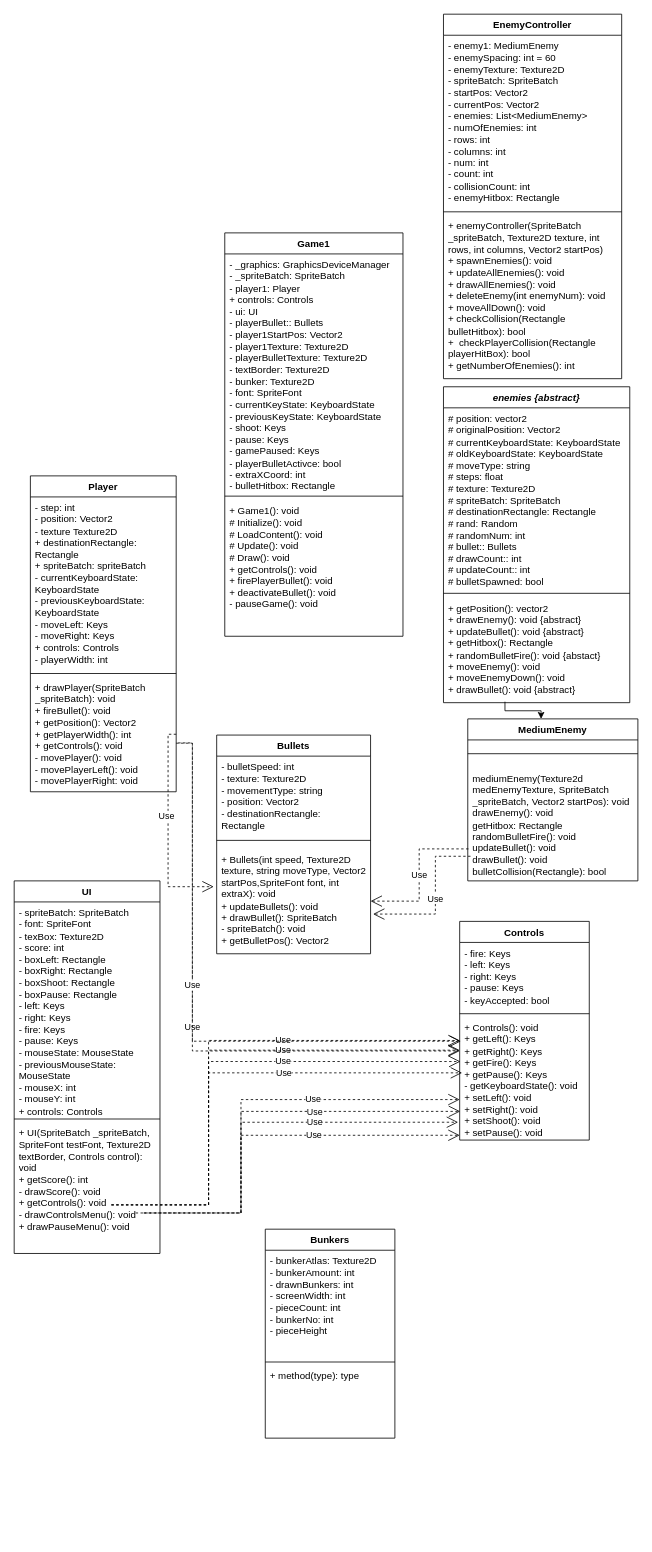
Ferogreywolf7/Alien-Attack keeps this draw.io diagram as draw.io diagrams/classDiagrams.drawio. Above is the earlier version. Source tidied: cells renumbered, new cells numbered last; positions are measured from the earlier drawing's top-left corner, leaving out a move shared by most shapes. Both pictures are drawn from the tidied source at 81%, with x=0, y=0 at pixel (14, 14).
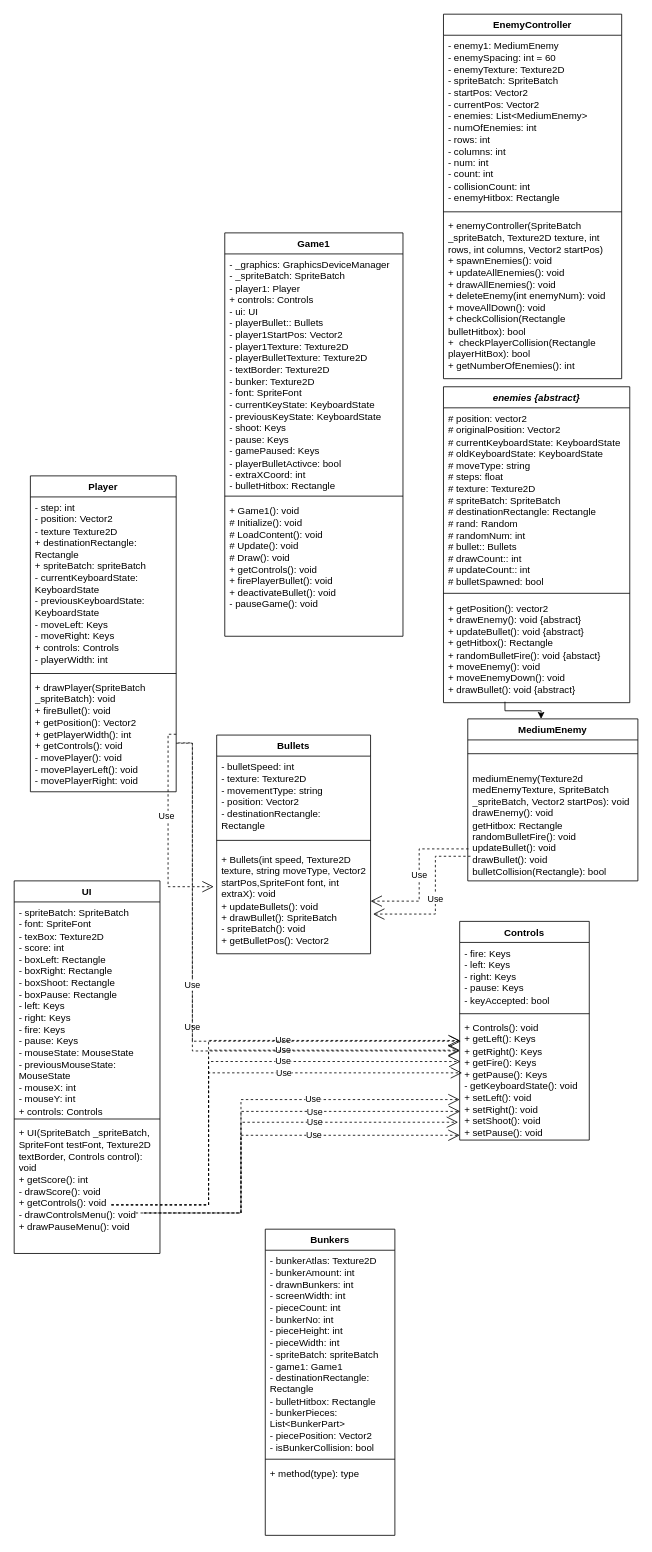
After the change.

Change to the diagram source:
```diff
@@
     <mxCell id="47" value="&lt;div&gt;Bunkers&lt;/div&gt;" style="swimlane;fontStyle=1;align=center;verticalAlign=top;horizontal=1;startSize=26;whiteSpace=wrap;html=1;" parent="1" vertex="1">
-      <mxGeometry x="310" y="1500" width="160" height="258" as="geometry" />
+      <mxGeometry x="310" y="1500" width="160" height="378" as="geometry" />
     </mxCell>
-    <mxCell id="48" value="&lt;div&gt;- bunkerAtlas: Texture2D&lt;/div&gt;&lt;div&gt;- bunkerAmount: int&lt;/div&gt;&lt;div&gt;- drawnBunkers: int&lt;/div&gt;&lt;div&gt;- screenWidth: int&lt;/div&gt;&lt;div&gt;- pieceCount: int&lt;/div&gt;&lt;div&gt;- bunkerNo: int&lt;/div&gt;&lt;div&gt;- pieceHeight&lt;br&gt;&lt;/div&gt;&lt;div&gt;&lt;br&gt;&lt;/div&gt;&lt;div&gt;&lt;br&gt;&lt;/div&gt;&lt;div&gt;&lt;br&gt;&lt;/div&gt;" style="text;strokeColor=none;fillColor=none;align=left;verticalAlign=top;spacingLeft=4;spacingRight=4;overflow=hidden;whiteSpace=wrap;html=1;" parent="47" vertex="1">
-      <mxGeometry y="26" width="160" height="134" as="geometry" />
+    <mxCell id="48" value="&lt;div&gt;- bunkerAtlas: Texture2D&lt;/div&gt;&lt;div&gt;- bunkerAmount: int&lt;/div&gt;&lt;div&gt;- drawnBunkers: int&lt;/div&gt;&lt;div&gt;- screenWidth: int&lt;/div&gt;&lt;div&gt;- pieceCount: int&lt;/div&gt;&lt;div&gt;- bunkerNo: int&lt;/div&gt;&lt;div&gt;- pieceHeight: int&lt;/div&gt;&lt;div&gt;- pieceWidth: int&lt;/div&gt;&lt;div&gt;- spriteBatch: spriteBatch&lt;br&gt;&lt;/div&gt;&lt;div&gt;- game1: Game1&lt;/div&gt;&lt;div&gt;- destinationRectangle: Rectangle&lt;/div&gt;&lt;div&gt;- bulletHitbox: Rectangle&lt;/div&gt;&lt;div&gt;- bunkerPieces: List&amp;lt;BunkerPart&amp;gt;&lt;/div&gt;&lt;div&gt;- piecePosition: Vector2&lt;/div&gt;&lt;div&gt;- isBunkerCollision: bool&lt;br&gt;&lt;/div&gt;&lt;div&gt;&lt;br&gt;&lt;/div&gt;&lt;div&gt;&lt;br&gt;&lt;/div&gt;" style="text;strokeColor=none;fillColor=none;align=left;verticalAlign=top;spacingLeft=4;spacingRight=4;overflow=hidden;whiteSpace=wrap;html=1;" parent="47" vertex="1">
+      <mxGeometry y="26" width="160" height="254" as="geometry" />
     </mxCell>
     <mxCell id="49" style="line;strokeWidth=1;fillColor=none;align=left;verticalAlign=middle;spacingTop=-1;spacingLeft=3;spacingRight=3;labelPosition=right;strokeColor=inherit;" parent="47" vertex="1">
-      <mxGeometry y="160" width="160" height="8" as="geometry" />
+      <mxGeometry y="280" width="160" height="8" as="geometry" />
     </mxCell>
     <mxCell id="50" value="+ method(type): type" style="text;strokeColor=none;fillColor=none;align=left;verticalAlign=top;spacingLeft=4;spacingRight=4;overflow=hidden;whiteSpace=wrap;html=1;" parent="47" vertex="1">
-      <mxGeometry y="168" width="160" height="90" as="geometry" />
+      <mxGeometry y="288" width="160" height="90" as="geometry" />
     </mxCell>
```
